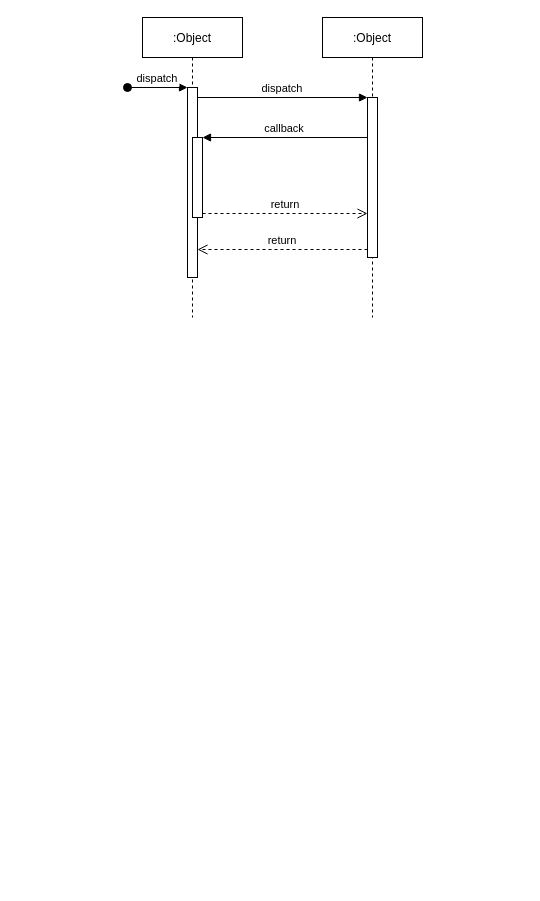
Earlier version of the draw.io diagram Untitled Diagram.drawio (casbie/probable-octo-giggle). Source tidied: cells renumbered, new cells numbered last; positions are measured from the earlier drawing's top-left corner, leaving out a move shared by most shapes. Both pictures are drawn from the tidied source at 100%, with x=0, y=0 at pixel (127, 17).
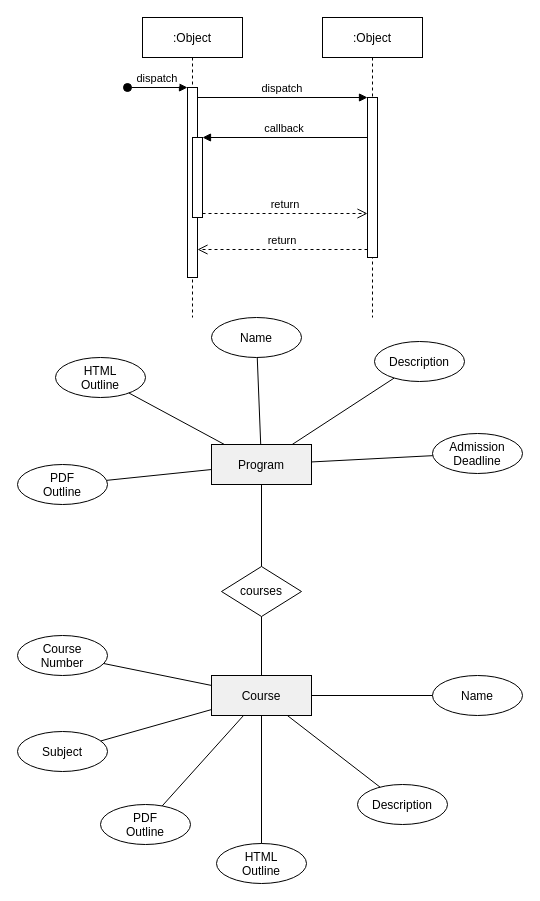
Above is the later version.

Change to the diagram source:
```diff
@@
+    <mxCell id="12" value="Program" style="rounded=0;shadow=0;strokeWidth=1;fontSize=12;fillColor=#F0F0F0;" parent="1" vertex="1">
+      <mxGeometry x="84" y="427" width="100" height="40" as="geometry" />
+    </mxCell>
+    <mxCell id="13" value="PDF&#10;Outline" style="ellipse;rounded=0;shadow=0;strokeWidth=1;fillColor=none;fontSize=12;" parent="1" vertex="1">
+      <mxGeometry x="-110" y="447" width="90" height="40" as="geometry" />
+    </mxCell>
+    <mxCell id="14" style="rounded=0;html=0;shadow=0;startArrow=none;endArrow=none;endFill=0;endSize=10;strokeColor=#000000;strokeWidth=1;fontSize=12;startFill=0;" parent="1" edge="1" source="13" target="12">
+      <mxGeometry relative="1" as="geometry" />
+    </mxCell>
+    <mxCell id="15" value="HTML&#10;Outline" style="ellipse;rounded=0;shadow=0;strokeWidth=1;fillColor=none;fontSize=12;" parent="1" vertex="1">
+      <mxGeometry x="-72" y="340" width="90" height="40" as="geometry" />
+    </mxCell>
+    <mxCell id="16" style="rounded=0;html=0;shadow=0;startArrow=none;endArrow=none;endFill=0;endSize=10;strokeColor=#000000;strokeWidth=1;fontSize=12;startFill=0;" parent="1" edge="1" source="15" target="12">
+      <mxGeometry relative="1" as="geometry" />
+    </mxCell>
+    <mxCell id="17" style="rounded=0;html=0;shadow=0;startArrow=none;endArrow=none;endFill=0;endSize=10;strokeColor=#000000;strokeWidth=1;fontSize=12;startFill=0;" parent="1" edge="1" source="18" target="12">
+      <mxGeometry relative="1" as="geometry" />
+    </mxCell>
+    <mxCell id="18" value="Name" style="ellipse;rounded=0;shadow=0;strokeWidth=1;fillColor=none;fontSize=12;" parent="1" vertex="1">
+      <mxGeometry x="84" y="300" width="90" height="40" as="geometry" />
+    </mxCell>
+    <mxCell id="19" style="rounded=0;html=0;shadow=0;startArrow=none;endArrow=none;endFill=0;endSize=10;strokeColor=#000000;strokeWidth=1;fontSize=12;startFill=0;" parent="1" edge="1" source="20" target="12">
+      <mxGeometry relative="1" as="geometry" />
+    </mxCell>
+    <mxCell id="20" value="Description" style="ellipse;rounded=0;shadow=0;strokeWidth=1;fillColor=none;fontSize=12;" parent="1" vertex="1">
+      <mxGeometry x="247" y="324" width="90" height="40" as="geometry" />
+    </mxCell>
+    <mxCell id="21" style="rounded=0;html=0;shadow=0;startArrow=none;endArrow=none;endFill=0;endSize=10;strokeColor=#000000;strokeWidth=1;fontSize=12;startFill=0;" parent="1" edge="1" source="22" target="12">
+      <mxGeometry relative="1" as="geometry" />
+    </mxCell>
+    <mxCell id="22" value="Admission&#10;Deadline" style="ellipse;rounded=0;shadow=0;strokeWidth=1;fillColor=none;fontSize=12;" parent="1" vertex="1">
+      <mxGeometry x="305" y="416" width="90" height="40" as="geometry" />
+    </mxCell>
+    <mxCell id="23" value="courses" style="rhombus;whiteSpace=wrap;html=1;rounded=0;shadow=0;strokeWidth=1;fillColor=none;fontSize=12;" parent="1" vertex="1">
+      <mxGeometry x="94" y="549" width="80" height="50" as="geometry" />
+    </mxCell>
+    <mxCell id="24" style="rounded=0;html=0;shadow=0;startArrow=none;endArrow=none;endFill=0;endSize=10;strokeColor=#000000;strokeWidth=1;fontSize=12;startFill=0;" parent="1" edge="1" source="23" target="12">
+      <mxGeometry relative="1" as="geometry" />
+    </mxCell>
+    <mxCell id="25" value="Course" style="rounded=0;shadow=0;strokeWidth=1;fontSize=12;fillColor=#F0F0F0;" parent="1" vertex="1">
+      <mxGeometry x="84" y="658" width="100" height="40" as="geometry" />
+    </mxCell>
+    <mxCell id="26" style="rounded=0;html=0;shadow=0;startArrow=none;endArrow=none;endFill=0;endSize=10;strokeColor=#000000;strokeWidth=1;fontSize=12;startFill=0;" parent="1" edge="1" source="23" target="25">
+      <mxGeometry relative="1" as="geometry" />
+    </mxCell>
+    <mxCell id="27" value="Course&#10;Number" style="ellipse;rounded=0;shadow=0;strokeWidth=1;fillColor=none;fontSize=12;" parent="1" vertex="1">
+      <mxGeometry x="-110" y="618" width="90" height="40" as="geometry" />
+    </mxCell>
+    <mxCell id="28" style="rounded=0;html=0;shadow=0;startArrow=none;endArrow=none;endFill=0;endSize=10;strokeColor=#000000;strokeWidth=1;fontSize=12;startFill=0;" parent="1" edge="1" source="27" target="25">
+      <mxGeometry relative="1" as="geometry" />
+    </mxCell>
+    <mxCell id="29" value="Subject" style="ellipse;rounded=0;shadow=0;strokeWidth=1;fillColor=none;fontSize=12;" parent="1" vertex="1">
+      <mxGeometry x="-110" y="714" width="90" height="40" as="geometry" />
+    </mxCell>
+    <mxCell id="30" style="rounded=0;html=0;shadow=0;startArrow=none;endArrow=none;endFill=0;endSize=10;strokeColor=#000000;strokeWidth=1;fontSize=12;startFill=0;" parent="1" edge="1" source="29" target="25">
+      <mxGeometry relative="1" as="geometry" />
+    </mxCell>
+    <mxCell id="31" value="PDF&#10;Outline" style="ellipse;rounded=0;shadow=0;strokeWidth=1;fillColor=none;fontSize=12;" parent="1" vertex="1">
+      <mxGeometry x="-27" y="787" width="90" height="40" as="geometry" />
+    </mxCell>
+    <mxCell id="32" style="rounded=0;html=0;shadow=0;startArrow=none;endArrow=none;endFill=0;endSize=10;strokeColor=#000000;strokeWidth=1;fontSize=12;startFill=0;" parent="1" edge="1" source="31" target="25">
+      <mxGeometry relative="1" as="geometry" />
+    </mxCell>
+    <mxCell id="33" value="HTML&#10;Outline" style="ellipse;rounded=0;shadow=0;strokeWidth=1;fillColor=none;fontSize=12;" parent="1" vertex="1">
+      <mxGeometry x="89" y="826" width="90" height="40" as="geometry" />
+    </mxCell>
+    <mxCell id="34" style="rounded=0;html=0;shadow=0;startArrow=none;endArrow=none;endFill=0;endSize=10;strokeColor=#000000;strokeWidth=1;fontSize=12;startFill=0;" parent="1" edge="1" source="33" target="25">
+      <mxGeometry relative="1" as="geometry" />
+    </mxCell>
+    <mxCell id="35" value="Description" style="ellipse;rounded=0;shadow=0;strokeWidth=1;fillColor=none;fontSize=12;" parent="1" vertex="1">
+      <mxGeometry x="230" y="767" width="90" height="40" as="geometry" />
+    </mxCell>
+    <mxCell id="36" style="rounded=0;html=0;shadow=0;startArrow=none;endArrow=none;endFill=0;endSize=10;strokeColor=#000000;strokeWidth=1;fontSize=12;startFill=0;" parent="1" edge="1" source="35" target="25">
+      <mxGeometry relative="1" as="geometry" />
+    </mxCell>
+    <mxCell id="37" value="Name" style="ellipse;rounded=0;shadow=0;strokeWidth=1;fillColor=none;fontSize=12;" parent="1" vertex="1">
+      <mxGeometry x="305" y="658" width="90" height="40" as="geometry" />
+    </mxCell>
+    <mxCell id="38" style="rounded=0;html=0;shadow=0;startArrow=none;endArrow=none;endFill=0;endSize=10;strokeColor=#000000;strokeWidth=1;fontSize=12;startFill=0;" parent="1" edge="1" source="37" target="25">
+      <mxGeometry relative="1" as="geometry" />
+    </mxCell>
```
